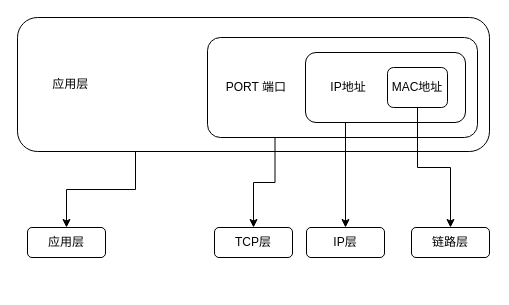
The draw.io diagram network/负载均衡.drawio in LanSeTianYe/draw, before the edit. Source tidied: cells renumbered, new cells numbered last; positions are measured from the earlier drawing's top-left corner, leaving out a move shared by most shapes. Both pictures are drawn from the tidied source at 100%, with x=0, y=0 at pixel (17, 17).
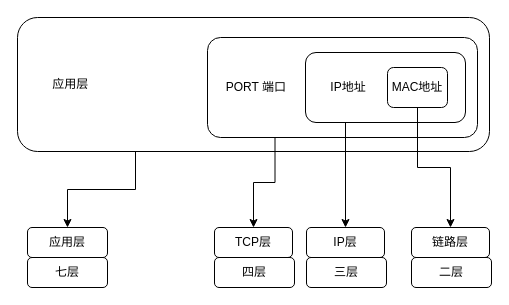
After the change.

Commit message (it also covers changes not shown here):
更新负载均衡.drawio

Change to the diagram source:
```diff
@@
 <mxGraphModel>
   <root>
     <mxCell id="0" />
     <mxCell id="1" parent="0" />
     <mxCell id="2" style="edgeStyle=orthogonalEdgeStyle;rounded=0;jettySize=auto;html=1;exitX=0.25;exitY=1;exitDx=0;exitDy=0;entryX=0.5;entryY=0;entryDx=0;entryDy=0;" parent="1" edge="1" source="3" target="13">
       <mxGeometry relative="1" as="geometry" />
     </mxCell>
     <mxCell id="3" value="&amp;nbsp; &amp;nbsp; &amp;nbsp; &amp;nbsp; &amp;nbsp; 应用层" style="rounded=1;whiteSpace=wrap;html=1;align=left;" parent="1" vertex="1">
       <mxGeometry width="472" height="134" as="geometry" />
     </mxCell>
     <mxCell id="4" style="edgeStyle=orthogonalEdgeStyle;rounded=0;jettySize=auto;html=1;exitX=0.25;exitY=1;exitDx=0;exitDy=0;entryX=0.5;entryY=0;entryDx=0;entryDy=0;" parent="1" edge="1" source="5" target="12">
       <mxGeometry relative="1" as="geometry" />
     </mxCell>
     <mxCell id="5" value="&amp;nbsp; &amp;nbsp; &amp;nbsp;PORT 端口" style="rounded=1;whiteSpace=wrap;html=1;arcSize=13;align=left;" parent="1" vertex="1">
       <mxGeometry x="190" y="20" width="270" height="100" as="geometry" />
     </mxCell>
     <mxCell id="6" style="edgeStyle=orthogonalEdgeStyle;rounded=0;jettySize=auto;html=1;exitX=0.25;exitY=1;exitDx=0;exitDy=0;entryX=0.5;entryY=0;entryDx=0;entryDy=0;" parent="1" edge="1" source="7" target="11">
       <mxGeometry relative="1" as="geometry" />
     </mxCell>
     <mxCell id="7" value="&amp;nbsp; &amp;nbsp; &amp;nbsp; &amp;nbsp;IP地址" style="rounded=1;whiteSpace=wrap;html=1;align=left;" parent="1" vertex="1">
       <mxGeometry x="288" y="35" width="160" height="70" as="geometry" />
     </mxCell>
     <mxCell id="8" style="edgeStyle=orthogonalEdgeStyle;rounded=0;jettySize=auto;html=1;exitX=0.5;exitY=1;exitDx=0;exitDy=0;" parent="1" edge="1" source="9" target="10">
       <mxGeometry relative="1" as="geometry" />
     </mxCell>
     <mxCell id="9" value="MAC地址" style="rounded=1;whiteSpace=wrap;html=1;" parent="1" vertex="1">
       <mxGeometry x="370" y="50" width="60" height="40" as="geometry" />
     </mxCell>
     <mxCell id="10" value="链路层" style="rounded=1;whiteSpace=wrap;html=1;" parent="1" vertex="1">
       <mxGeometry x="394" y="210" width="78" height="30" as="geometry" />
     </mxCell>
     <mxCell id="11" value="IP层" style="rounded=1;whiteSpace=wrap;html=1;" parent="1" vertex="1">
       <mxGeometry x="289" y="210" width="78" height="30" as="geometry" />
     </mxCell>
     <mxCell id="12" value="TCP层" style="rounded=1;whiteSpace=wrap;html=1;" parent="1" vertex="1">
       <mxGeometry x="197" y="210" width="78" height="30" as="geometry" />
     </mxCell>
     <mxCell id="13" value="应用层" style="rounded=1;whiteSpace=wrap;html=1;" parent="1" vertex="1">
-      <mxGeometry x="10" y="210" width="78" height="30" as="geometry" />
+      <mxGeometry x="10" y="210" width="80" height="30" as="geometry" />
     </mxCell>
+    <mxCell id="14" value="七层" style="rounded=1;whiteSpace=wrap;html=1;" parent="1" vertex="1">
+      <mxGeometry x="10" y="240" width="80" height="30" as="geometry" />
+    </mxCell>
+    <mxCell id="15" value="四层" style="rounded=1;whiteSpace=wrap;html=1;" parent="1" vertex="1">
+      <mxGeometry x="197" y="240" width="80" height="30" as="geometry" />
+    </mxCell>
+    <mxCell id="16" value="三层" style="rounded=1;whiteSpace=wrap;html=1;" parent="1" vertex="1">
+      <mxGeometry x="289" y="240" width="80" height="30" as="geometry" />
+    </mxCell>
+    <mxCell id="17" value="二层" style="rounded=1;whiteSpace=wrap;html=1;" parent="1" vertex="1">
+      <mxGeometry x="394" y="240" width="80" height="30" as="geometry" />
+    </mxCell>
   </root>
 </mxGraphModel>
```
